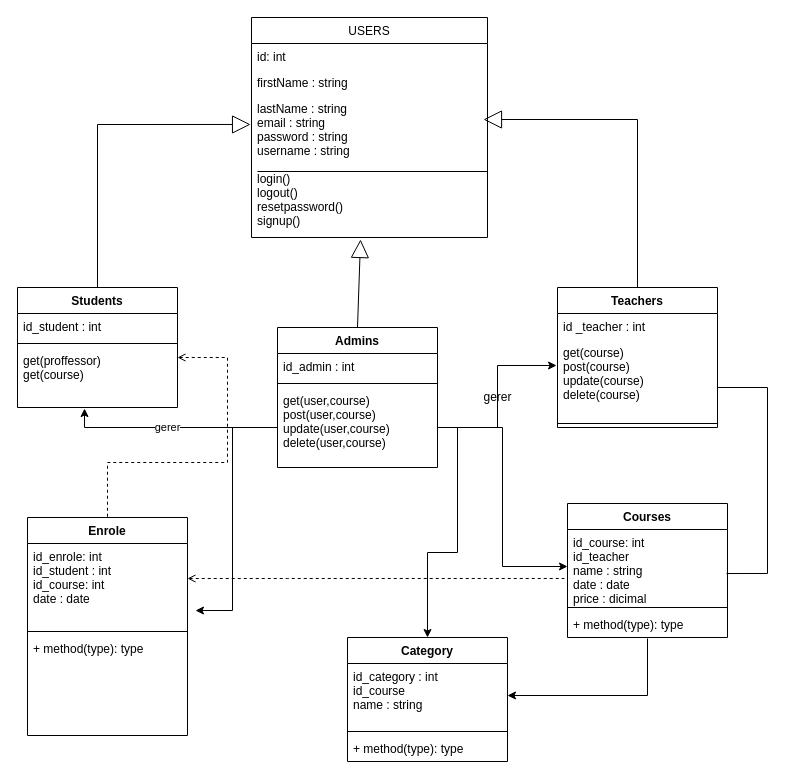
Before: uml/classDiagram.drawio in Babylon-Youcode/E-learning-platforme, a draw.io diagram. Source tidied: cells renumbered, new cells numbered last; positions are measured from the earlier drawing's top-left corner, leaving out a move shared by most shapes. Both pictures are drawn from the tidied source at 100%, with x=0, y=0 at pixel (17, 17).
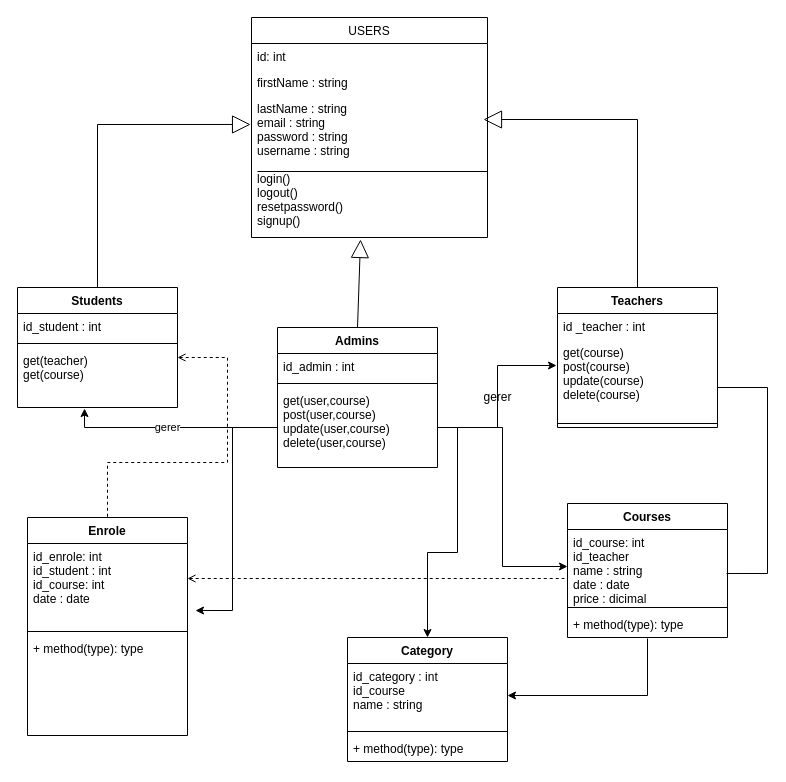
Above is the later version.

Unchanged cells that the change refers to:
```xml
<mxCell id="7" value="Students" style="swimlane;fontStyle=1;align=center;verticalAlign=top;horizontal=1;startSize=26;" parent="1" vertex="1">
  <mxGeometry y="270" width="160" height="120" as="geometry" />
</mxCell>
```

Change to the diagram source:
```diff
@@
-    <mxCell id="10" value="get(proffessor)&#10;get(course)" style="text;strokeColor=none;fillColor=none;align=left;verticalAlign=top;spacingLeft=4;spacingRight=4;overflow=hidden;points=[[0,0.5],[1,0.5]];portConstraint=eastwest;" parent="7" vertex="1">
+    <mxCell id="10" value="get(teacher)&#10;get(course)" style="text;strokeColor=none;fillColor=none;align=left;verticalAlign=top;spacingLeft=4;spacingRight=4;overflow=hidden;points=[[0,0.5],[1,0.5]];portConstraint=eastwest;" parent="7" vertex="1">
       <mxGeometry y="60" width="160" height="60" as="geometry" />
     </mxCell>
```
